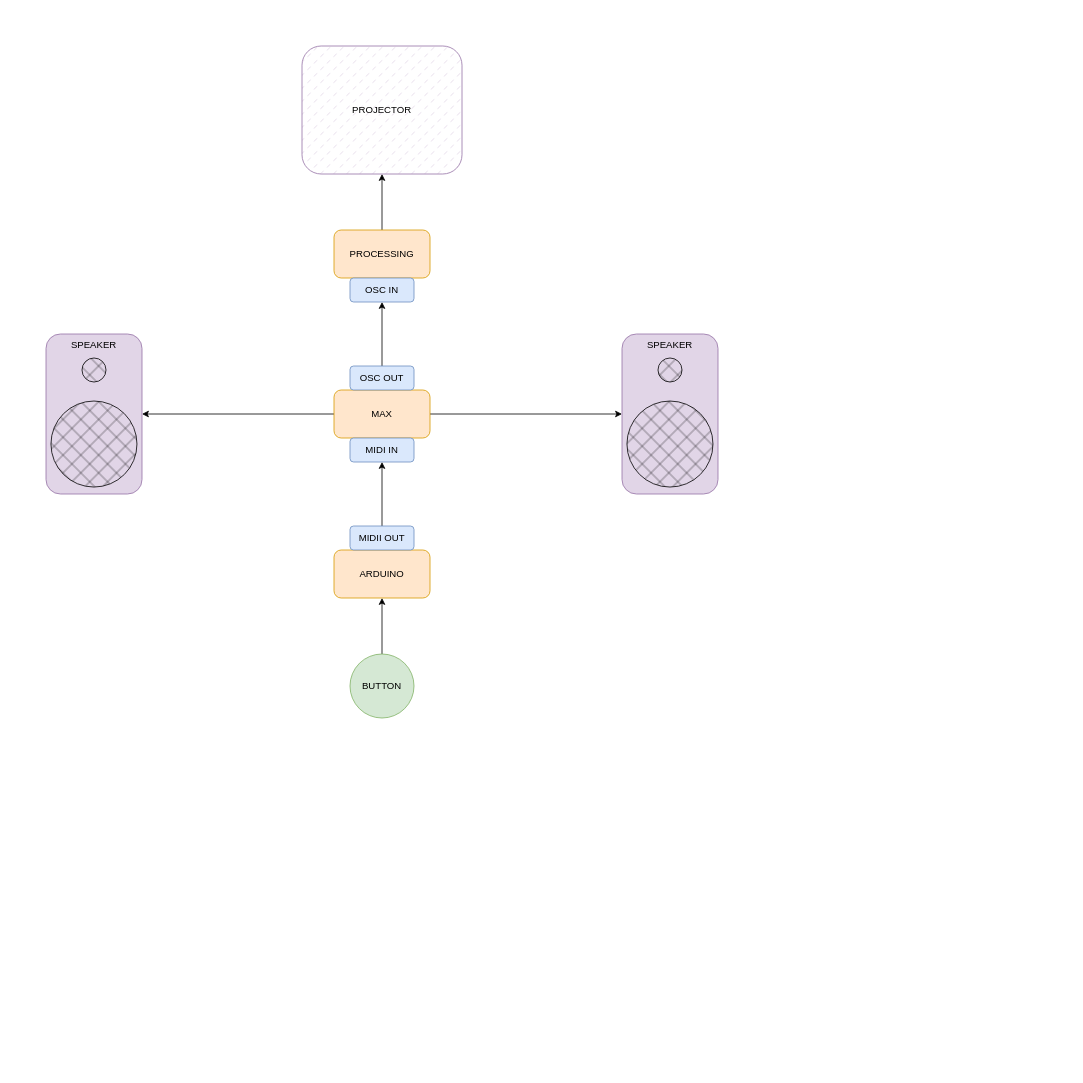
The draw.io diagram SCHEMA.drawio in franeum/iching, before the edit. Source tidied: cells renumbered, new cells numbered last; positions are measured from the earlier drawing's top-left corner, leaving out a move shared by most shapes. Both pictures are drawn from the tidied source at 80%, with x=0, y=0 at pixel (46, 46).
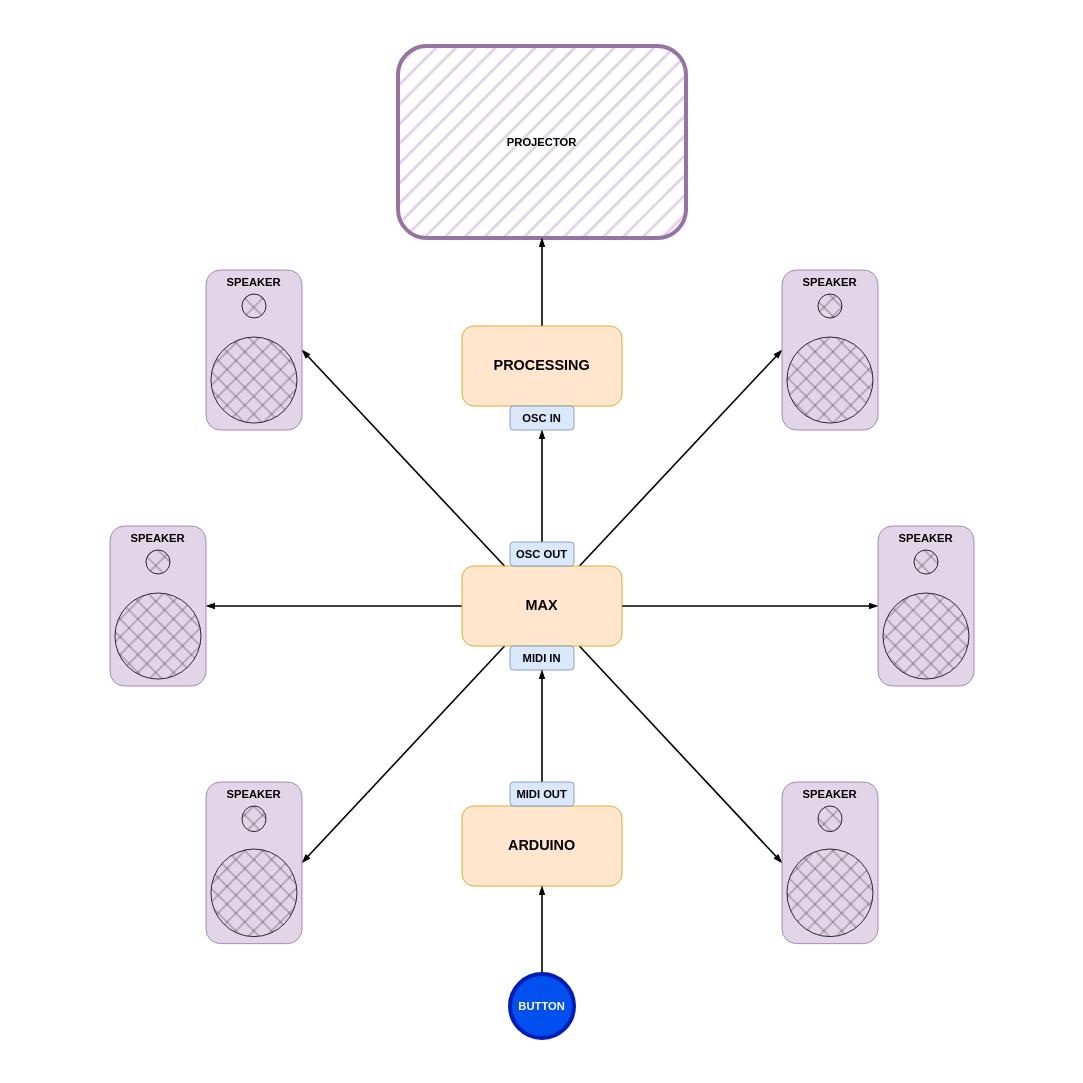
Above is the later version.

Diff of the diagram source:
```diff
@@
-    <mxCell id="2" value="ARDUINO" style="rounded=1;whiteSpace=wrap;html=1;fillColor=#ffe6cc;strokeColor=#d79b00;" parent="1" vertex="1">
-      <mxGeometry x="360" y="630" width="120" height="60" as="geometry" />
+    <mxCell id="2" value="ARDUINO" style="rounded=1;whiteSpace=wrap;html=1;fillColor=#ffe6cc;strokeColor=#d79b00;fontStyle=1;fontSize=18;" parent="1" vertex="1">
+      <mxGeometry x="520" y="950" width="200" height="100" as="geometry" />
     </mxCell>
-    <mxCell id="3" value="PROJECTOR" style="rounded=1;whiteSpace=wrap;html=1;fillColor=#e1d5e7;fillStyle=dashed;strokeColor=#9673a6;" parent="1" vertex="1">
-      <mxGeometry x="320" width="200" height="160" as="geometry" />
+    <mxCell id="3" value="PROJECTOR" style="rounded=1;whiteSpace=wrap;html=1;fillColor=#e1d5e7;fillStyle=hatch;strokeColor=#9673a6;strokeWidth=5;fontSize=14;fontStyle=1;" parent="1" vertex="1">
+      <mxGeometry x="440" width="360" height="240" as="geometry" />
     </mxCell>
-    <mxCell id="4" style="edgeStyle=orthogonalEdgeStyle;rounded=0;jettySize=auto;html=1;entryX=0.5;entryY=1;entryDx=0;entryDy=0;" parent="1" edge="1" source="5" target="3">
+    <mxCell id="4" style="edgeStyle=orthogonalEdgeStyle;rounded=0;jettySize=auto;html=1;entryX=0.5;entryY=1;entryDx=0;entryDy=0;strokeWidth=2;endArrow=blockThin;endFill=1;fontSize=14;fontStyle=1;" parent="1" edge="1" source="5" target="3">
       <mxGeometry relative="1" as="geometry" />
     </mxCell>
-    <mxCell id="5" value="PROCESSING" style="rounded=1;whiteSpace=wrap;html=1;fillColor=#ffe6cc;strokeColor=#d79b00;" parent="1" vertex="1">
-      <mxGeometry x="360" y="230" width="120" height="60" as="geometry" />
+    <mxCell id="5" value="PROCESSING" style="rounded=1;whiteSpace=wrap;html=1;fillColor=#ffe6cc;strokeColor=#d79b00;fontStyle=1;fontSize=18;" parent="1" vertex="1">
+      <mxGeometry x="520" y="350" width="200" height="100" as="geometry" />
     </mxCell>
-    <mxCell id="6" style="edgeStyle=orthogonalEdgeStyle;rounded=0;jettySize=auto;html=1;entryX=1;entryY=0.5;entryDx=0;entryDy=0;" parent="1" edge="1" source="8" target="17">
+    <mxCell id="6" style="edgeStyle=orthogonalEdgeStyle;rounded=0;jettySize=auto;html=1;entryX=1;entryY=0.5;entryDx=0;entryDy=0;strokeWidth=2;endArrow=blockThin;endFill=1;fontSize=14;fontStyle=1;" parent="1" edge="1" source="8" target="17">
       <mxGeometry relative="1" as="geometry" />
     </mxCell>
-    <mxCell id="7" style="edgeStyle=orthogonalEdgeStyle;rounded=0;jettySize=auto;html=1;entryX=0;entryY=0.5;entryDx=0;entryDy=0;" parent="1" edge="1" source="8" target="20">
+    <mxCell id="7" style="edgeStyle=orthogonalEdgeStyle;rounded=0;jettySize=auto;html=1;entryX=0;entryY=0.5;entryDx=0;entryDy=0;strokeWidth=2;endArrow=blockThin;endFill=1;fontSize=14;fontStyle=1;" parent="1" edge="1" source="8" target="20">
       <mxGeometry relative="1" as="geometry" />
     </mxCell>
+    <mxCell id="23" style="rounded=0;jettySize=auto;html=1;entryX=0;entryY=0.5;entryDx=0;entryDy=0;strokeWidth=2;endArrow=blockThin;endFill=1;fontSize=14;fontStyle=1;" parent="1" edge="1" source="8" target="33">
+      <mxGeometry relative="1" as="geometry" />
+    </mxCell>
+    <mxCell id="24" style="edgeStyle=none;rounded=0;jettySize=auto;html=1;entryX=0;entryY=0.5;entryDx=0;entryDy=0;strokeWidth=2;endArrow=blockThin;endFill=1;fontSize=14;fontStyle=1;" parent="1" edge="1" source="8" target="36">
+      <mxGeometry relative="1" as="geometry" />
+    </mxCell>
+    <mxCell id="25" style="edgeStyle=none;rounded=0;jettySize=auto;html=1;entryX=1;entryY=0.5;entryDx=0;entryDy=0;strokeWidth=2;endArrow=blockThin;endFill=1;fontSize=14;fontStyle=1;" parent="1" edge="1" source="8" target="27">
+      <mxGeometry relative="1" as="geometry" />
+    </mxCell>
+    <mxCell id="26" style="edgeStyle=none;rounded=0;jettySize=auto;html=1;entryX=1;entryY=0.5;entryDx=0;entryDy=0;strokeWidth=2;endArrow=blockThin;endFill=1;fontSize=14;fontStyle=1;" parent="1" edge="1" source="8" target="30">
+      <mxGeometry relative="1" as="geometry" />
+    </mxCell>
-    <mxCell id="8" value="MAX" style="rounded=1;whiteSpace=wrap;html=1;fillColor=#ffe6cc;strokeColor=#d79b00;" parent="1" vertex="1">
-      <mxGeometry x="360" y="430" width="120" height="60" as="geometry" />
+    <mxCell id="8" value="MAX" style="rounded=1;whiteSpace=wrap;html=1;fillColor=#ffe6cc;strokeColor=#d79b00;fontStyle=1;fontSize=18;" parent="1" vertex="1">
+      <mxGeometry x="520" y="650" width="200" height="100" as="geometry" />
     </mxCell>
-    <mxCell id="9" value="MIDI IN" style="rounded=1;whiteSpace=wrap;html=1;fillColor=#dae8fc;strokeColor=#6c8ebf;" parent="1" vertex="1">
-      <mxGeometry x="380" y="490" width="80" height="30" as="geometry" />
+    <mxCell id="9" value="MIDI IN" style="rounded=1;whiteSpace=wrap;html=1;fillColor=#dae8fc;strokeColor=#6c8ebf;fontStyle=1;fontSize=14;" parent="1" vertex="1">
+      <mxGeometry x="580" y="750" width="80" height="30" as="geometry" />
     </mxCell>
-    <mxCell id="10" style="edgeStyle=orthogonalEdgeStyle;rounded=0;jettySize=auto;html=1;entryX=0.5;entryY=1;entryDx=0;entryDy=0;" parent="1" edge="1" source="11" target="9">
+    <mxCell id="10" style="edgeStyle=orthogonalEdgeStyle;rounded=0;jettySize=auto;html=1;entryX=0.5;entryY=1;entryDx=0;entryDy=0;strokeWidth=2;endArrow=blockThin;endFill=1;fontStyle=1;fontSize=14;" parent="1" edge="1" source="11" target="9">
       <mxGeometry relative="1" as="geometry" />
     </mxCell>
-    <mxCell id="11" value="MIDII OUT" style="rounded=1;whiteSpace=wrap;html=1;fillColor=#dae8fc;strokeColor=#6c8ebf;" parent="1" vertex="1">
-      <mxGeometry x="380" y="600" width="80" height="30" as="geometry" />
+    <mxCell id="11" value="MIDI OUT" style="rounded=1;whiteSpace=wrap;html=1;fillColor=#dae8fc;strokeColor=#6c8ebf;fontStyle=1;fontSize=14;" parent="1" vertex="1">
+      <mxGeometry x="580" y="920" width="80" height="30" as="geometry" />
     </mxCell>
-    <mxCell id="12" style="edgeStyle=orthogonalEdgeStyle;rounded=0;jettySize=auto;html=1;entryX=0.5;entryY=1;entryDx=0;entryDy=0;" parent="1" edge="1" source="13" target="14">
+    <mxCell id="12" style="edgeStyle=orthogonalEdgeStyle;rounded=0;jettySize=auto;html=1;entryX=0.5;entryY=1;entryDx=0;entryDy=0;strokeWidth=2;endArrow=blockThin;endFill=1;fontStyle=1;fontSize=14;" parent="1" edge="1" source="13" target="14">
       <mxGeometry relative="1" as="geometry" />
     </mxCell>
-    <mxCell id="13" value="OSC OUT" style="rounded=1;whiteSpace=wrap;html=1;fillColor=#dae8fc;strokeColor=#6c8ebf;" parent="1" vertex="1">
-      <mxGeometry x="380" y="400" width="80" height="30" as="geometry" />
+    <mxCell id="13" value="OSC OUT" style="rounded=1;whiteSpace=wrap;html=1;fillColor=#dae8fc;strokeColor=#6c8ebf;fontStyle=1;fontSize=14;" parent="1" vertex="1">
+      <mxGeometry x="580" y="620" width="80" height="30" as="geometry" />
     </mxCell>
-    <mxCell id="14" value="OSC IN" style="rounded=1;whiteSpace=wrap;html=1;fillColor=#dae8fc;strokeColor=#6c8ebf;" parent="1" vertex="1">
-      <mxGeometry x="380" y="290" width="80" height="30" as="geometry" />
+    <mxCell id="14" value="OSC IN" style="rounded=1;whiteSpace=wrap;html=1;fillColor=#dae8fc;strokeColor=#6c8ebf;fontStyle=1;fontSize=14;" parent="1" vertex="1">
+      <mxGeometry x="580" y="450" width="80" height="30" as="geometry" />
     </mxCell>
-    <mxCell id="15" style="edgeStyle=orthogonalEdgeStyle;rounded=0;jettySize=auto;html=1;entryX=0.5;entryY=1;entryDx=0;entryDy=0;" parent="1" edge="1" source="16" target="2">
+    <mxCell id="15" style="edgeStyle=orthogonalEdgeStyle;rounded=0;jettySize=auto;html=1;entryX=0.5;entryY=1;entryDx=0;entryDy=0;strokeWidth=2;endArrow=blockThin;endFill=1;fontStyle=1;fontSize=14;" parent="1" edge="1" source="16" target="2">
       <mxGeometry relative="1" as="geometry" />
     </mxCell>
-    <mxCell id="16" value="BUTTON" style="ellipse;whiteSpace=wrap;html=1;fillColor=#d5e8d4;strokeColor=#82b366;" parent="1" vertex="1">
-      <mxGeometry x="380" y="760" width="80" height="80" as="geometry" />
+    <mxCell id="16" value="BUTTON" style="ellipse;whiteSpace=wrap;html=1;fillColor=#0050ef;strokeColor=#001DBC;fontStyle=1;strokeWidth=5;fontColor=#ffffff;fontSize=14;" parent="1" vertex="1">
+      <mxGeometry x="580" y="1160" width="80" height="80" as="geometry" />
     </mxCell>
-    <mxCell id="17" value="SPEAKER" style="rounded=1;whiteSpace=wrap;html=1;fillColor=#e1d5e7;strokeColor=#9673a6;verticalAlign=top;" parent="1" vertex="1">
-      <mxGeometry y="360" width="120" height="200" as="geometry" />
+    <mxCell id="17" value="SPEAKER" style="rounded=1;whiteSpace=wrap;html=1;fillColor=#e1d5e7;strokeColor=#9673a6;verticalAlign=top;fontSize=14;fontStyle=1;" parent="1" vertex="1">
+      <mxGeometry x="80" y="600" width="120" height="200" as="geometry" />
     </mxCell>
-    <mxCell id="18" style="ellipse;whiteSpace=wrap;html=1;fillColor=#000000;fillStyle=cross-hatch;" parent="1" vertex="1">
-      <mxGeometry x="45" y="390" width="30" height="30" as="geometry" />
+    <mxCell id="18" style="ellipse;whiteSpace=wrap;html=1;fillColor=#000000;fillStyle=cross-hatch;fontSize=14;fontStyle=1;" parent="1" vertex="1">
+      <mxGeometry x="125" y="630" width="30" height="30" as="geometry" />
     </mxCell>
-    <mxCell id="19" style="ellipse;whiteSpace=wrap;html=1;fillStyle=cross-hatch;fillColor=#000000;" parent="1" vertex="1">
-      <mxGeometry x="6.2" y="443.8" width="107.5" height="107.5" as="geometry" />
+    <mxCell id="19" style="ellipse;whiteSpace=wrap;html=1;fillStyle=cross-hatch;fillColor=#000000;fontSize=14;fontStyle=1;" parent="1" vertex="1">
+      <mxGeometry x="86.2" y="683.8" width="107.5" height="107.5" as="geometry" />
     </mxCell>
-    <mxCell id="20" value="SPEAKER" style="rounded=1;whiteSpace=wrap;html=1;fillColor=#e1d5e7;strokeColor=#9673a6;verticalAlign=top;" parent="1" vertex="1">
-      <mxGeometry x="720" y="360" width="120" height="200" as="geometry" />
+    <mxCell id="20" value="SPEAKER" style="rounded=1;whiteSpace=wrap;html=1;fillColor=#e1d5e7;strokeColor=#9673a6;verticalAlign=top;fontSize=14;fontStyle=1;" parent="1" vertex="1">
+      <mxGeometry x="1040" y="600" width="120" height="200" as="geometry" />
     </mxCell>
-    <mxCell id="21" style="ellipse;whiteSpace=wrap;html=1;fillColor=#000000;fillStyle=cross-hatch;" parent="1" vertex="1">
-      <mxGeometry x="765" y="390" width="30" height="30" as="geometry" />
+    <mxCell id="21" style="ellipse;whiteSpace=wrap;html=1;fillColor=#000000;fillStyle=cross-hatch;fontSize=14;fontStyle=1;" parent="1" vertex="1">
+      <mxGeometry x="1085" y="630" width="30" height="30" as="geometry" />
     </mxCell>
-    <mxCell id="22" style="ellipse;whiteSpace=wrap;html=1;fillStyle=cross-hatch;fillColor=#000000;" parent="1" vertex="1">
-      <mxGeometry x="726.2" y="443.8" width="107.5" height="107.5" as="geometry" />
+    <mxCell id="22" style="ellipse;whiteSpace=wrap;html=1;fillStyle=cross-hatch;fillColor=#000000;fontSize=14;fontStyle=1;" parent="1" vertex="1">
+      <mxGeometry x="1046.2" y="683.8" width="107.5" height="107.5" as="geometry" />
     </mxCell>
+    <mxCell id="27" value="SPEAKER" style="rounded=1;whiteSpace=wrap;html=1;fillColor=#e1d5e7;strokeColor=#9673a6;verticalAlign=top;fontSize=14;fontStyle=1;" parent="1" vertex="1">
+      <mxGeometry x="200" y="280" width="120" height="200" as="geometry" />
+    </mxCell>
+    <mxCell id="28" style="ellipse;whiteSpace=wrap;html=1;fillColor=#000000;fillStyle=cross-hatch;fontSize=14;fontStyle=1;" parent="1" vertex="1">
+      <mxGeometry x="245" y="310" width="30" height="30" as="geometry" />
+    </mxCell>
+    <mxCell id="29" style="ellipse;whiteSpace=wrap;html=1;fillStyle=cross-hatch;fillColor=#000000;fontSize=14;fontStyle=1;" parent="1" vertex="1">
+      <mxGeometry x="206.2" y="363.8" width="107.5" height="107.5" as="geometry" />
+    </mxCell>
+    <mxCell id="30" value="SPEAKER" style="rounded=1;whiteSpace=wrap;html=1;fillColor=#e1d5e7;strokeColor=#9673a6;verticalAlign=top;fontSize=14;fontStyle=1;" parent="1" vertex="1">
+      <mxGeometry x="200" y="920" width="120" height="202" as="geometry" />
+    </mxCell>
+    <mxCell id="31" style="ellipse;whiteSpace=wrap;html=1;fillColor=#000000;fillStyle=cross-hatch;fontSize=14;fontStyle=1;" parent="1" vertex="1">
+      <mxGeometry x="245" y="950" width="30" height="32" as="geometry" />
+    </mxCell>
+    <mxCell id="32" style="ellipse;whiteSpace=wrap;html=1;fillStyle=cross-hatch;fillColor=#000000;fontSize=14;fontStyle=1;" parent="1" vertex="1">
+      <mxGeometry x="206.2" y="1003.8" width="107.5" height="109.5" as="geometry" />
+    </mxCell>
+    <mxCell id="33" value="SPEAKER" style="rounded=1;whiteSpace=wrap;html=1;fillColor=#e1d5e7;strokeColor=#9673a6;verticalAlign=top;fontSize=14;fontStyle=1;" parent="1" vertex="1">
+      <mxGeometry x="920" y="280" width="120" height="200" as="geometry" />
+    </mxCell>
+    <mxCell id="34" style="ellipse;whiteSpace=wrap;html=1;fillColor=#000000;fillStyle=cross-hatch;fontSize=14;fontStyle=1;" parent="1" vertex="1">
+      <mxGeometry x="965" y="310" width="30" height="30" as="geometry" />
+    </mxCell>
+    <mxCell id="35" style="ellipse;whiteSpace=wrap;html=1;fillStyle=cross-hatch;fillColor=#000000;fontSize=14;fontStyle=1;" parent="1" vertex="1">
+      <mxGeometry x="926.2" y="363.8" width="107.5" height="107.5" as="geometry" />
+    </mxCell>
+    <mxCell id="36" value="SPEAKER" style="rounded=1;whiteSpace=wrap;html=1;fillColor=#e1d5e7;strokeColor=#9673a6;verticalAlign=top;fontSize=14;fontStyle=1;" parent="1" vertex="1">
+      <mxGeometry x="920" y="920" width="120" height="202" as="geometry" />
+    </mxCell>
+    <mxCell id="37" style="ellipse;whiteSpace=wrap;html=1;fillColor=#000000;fillStyle=cross-hatch;fontSize=14;fontStyle=1;" parent="1" vertex="1">
+      <mxGeometry x="965" y="950" width="30" height="32" as="geometry" />
+    </mxCell>
+    <mxCell id="38" style="ellipse;whiteSpace=wrap;html=1;fillStyle=cross-hatch;fillColor=#000000;fontSize=14;fontStyle=1;" parent="1" vertex="1">
+      <mxGeometry x="926.2" y="1003.8" width="107.5" height="109.5" as="geometry" />
+    </mxCell>
+    <mxCell id="39" style="rounded=0;whiteSpace=wrap;html=1;fillStyle=hatch;strokeWidth=5;fontSize=18;fillColor=none;strokeColor=none;" parent="1" vertex="1">
+      <mxGeometry x="-40" y="-40" width="1320" height="1320" as="geometry" />
+    </mxCell>
```
